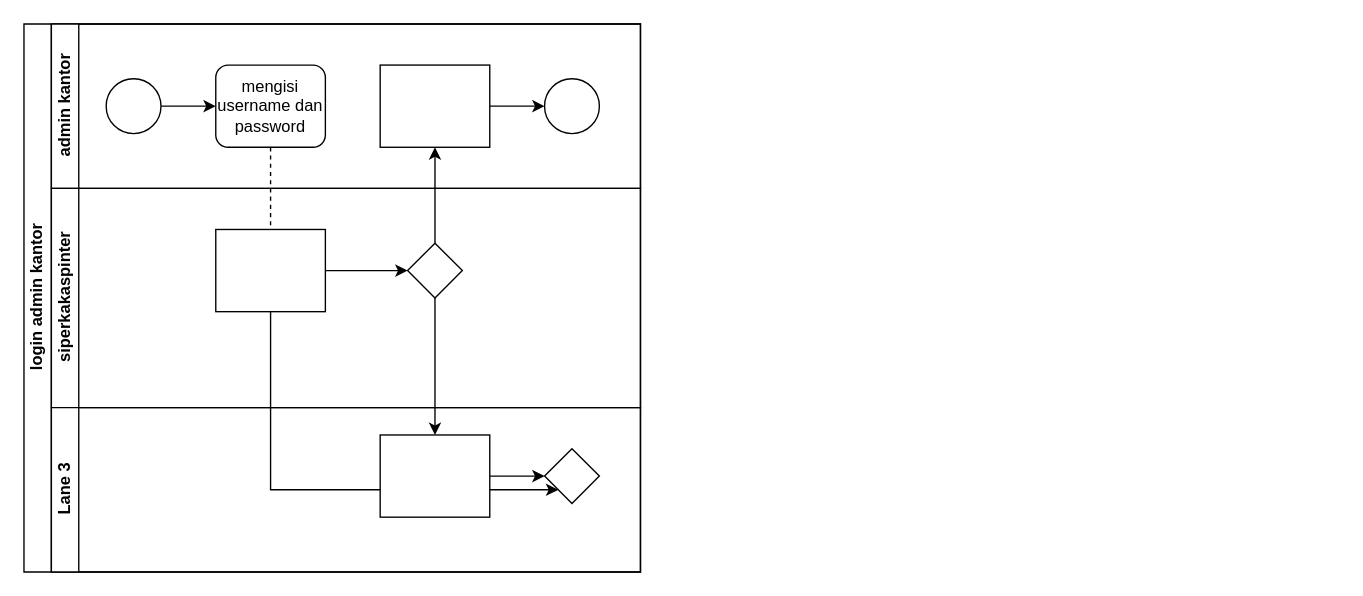
Earlier version of the draw.io diagram b.1. business process.drawio (eenattayani/desain). Source tidied: cells renumbered, new cells numbered last; positions are measured from the earlier drawing's top-left corner, leaving out a move shared by most shapes. Both pictures are drawn from the tidied source at 137%, with x=0, y=0 at pixel (23, 23).
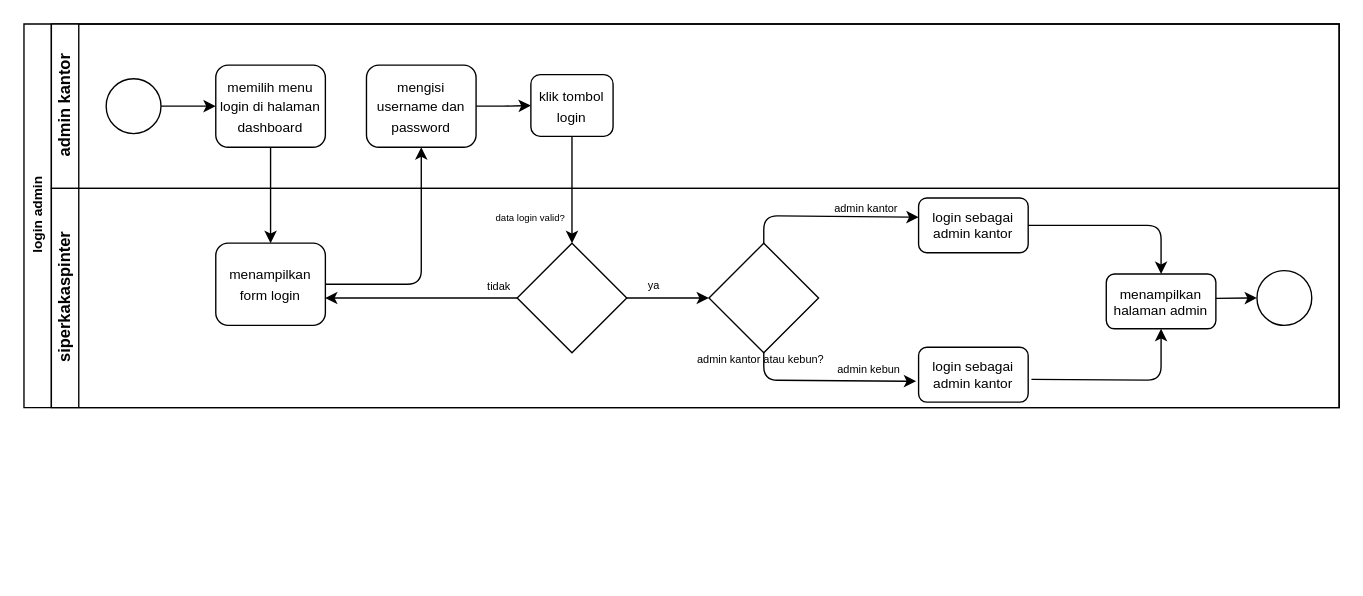
Above is the later version.

Change to the diagram source:
```diff
@@
-    <mxCell id="2" value="login admin kantor" style="swimlane;html=1;horizontal=0;startSize=20;" parent="1" vertex="1">
-      <mxGeometry width="450" height="400" as="geometry" />
+    <mxCell id="2" value="login admin" style="swimlane;html=1;horizontal=0;startSize=20;fontSize=10;" parent="1" vertex="1">
+      <mxGeometry width="960" height="280" as="geometry" />
     </mxCell>
-    <mxCell id="3" style="edgeStyle=orthogonalEdgeStyle;rounded=0;jettySize=auto;html=1;dashed=1;endArrow=none;endFill=0;" parent="2" edge="1" source="10" target="16">
+    <mxCell id="3" style="edgeStyle=orthogonalEdgeStyle;rounded=0;jettySize=auto;html=1;endArrow=classic;endFill=1;" parent="2" edge="1" source="10" target="16">
       <mxGeometry relative="1" as="geometry" />
     </mxCell>
-    <mxCell id="4" style="edgeStyle=orthogonalEdgeStyle;rounded=0;jettySize=auto;html=1;endArrow=classic;endFill=1;" parent="2" edge="1" source="17" target="12">
-      <mxGeometry relative="1" as="geometry" />
-    </mxCell>
-    <mxCell id="5" style="edgeStyle=orthogonalEdgeStyle;rounded=0;jettySize=auto;html=1;endArrow=classic;endFill=1;" parent="2" edge="1" source="17" target="20">
-      <mxGeometry relative="1" as="geometry" />
-    </mxCell>
-    <mxCell id="6" style="edgeStyle=orthogonalEdgeStyle;rounded=0;jettySize=auto;html=1;endArrow=classic;endFill=1;" parent="2" edge="1" source="16" target="21">
-      <mxGeometry relative="1" as="geometry">
-        <Array as="points">
-          <mxPoint x="180" y="340" />
-          <mxPoint x="400" y="340" />
-        </Array>
-      </mxGeometry>
-    </mxCell>
     <mxCell id="7" value="admin kantor" style="swimlane;html=1;startSize=20;horizontal=0;" parent="2" vertex="1">
-      <mxGeometry x="20" width="430" height="120" as="geometry" />
+      <mxGeometry x="20" width="940" height="120" as="geometry" />
     </mxCell>
@@
-    <mxCell id="10" value="mengisi username dan password" style="rounded=1;whiteSpace=wrap;html=1;fontFamily=Helvetica;fontSize=12;fontColor=#000000;align=center;" parent="7" vertex="1">
+    <mxCell id="10" value="&lt;font style=&quot;font-size: 10px;&quot;&gt;memilih menu login di halaman dashboard&lt;/font&gt;" style="rounded=1;whiteSpace=wrap;html=1;fontFamily=Helvetica;fontSize=12;fontColor=#000000;align=center;" parent="7" vertex="1">
       <mxGeometry x="120" y="30" width="80" height="60" as="geometry" />
     </mxCell>
-    <mxCell id="11" style="edgeStyle=orthogonalEdgeStyle;rounded=0;jettySize=auto;html=1;endArrow=classic;endFill=1;" parent="7" edge="1" source="12" target="13">
-      <mxGeometry relative="1" as="geometry" />
-    </mxCell>
-    <mxCell id="12" style="rounded=0;whiteSpace=wrap;html=1;fontFamily=Helvetica;fontSize=12;fontColor=#000000;align=center;" parent="7" vertex="1">
-      <mxGeometry x="240" y="30" width="80" height="60" as="geometry" />
-    </mxCell>
+    <mxCell id="22" style="edgeStyle=orthogonalEdgeStyle;rounded=0;jettySize=auto;html=1;" parent="7" edge="1" source="23" target="24">
+      <mxGeometry relative="1" as="geometry" />
+    </mxCell>
+    <mxCell id="23" value="&lt;font style=&quot;font-size: 10px;&quot;&gt;mengisi username dan password&lt;/font&gt;" style="rounded=1;whiteSpace=wrap;html=1;fontColor=#000000;" parent="7" vertex="1">
+      <mxGeometry x="230" y="30" width="80" height="60" as="geometry" />
+    </mxCell>
+    <mxCell id="24" value="&lt;font style=&quot;font-size: 10px;&quot;&gt;klik tombol login&lt;/font&gt;" style="whiteSpace=wrap;html=1;fontColor=#000000;rounded=1;" parent="7" vertex="1">
+      <mxGeometry x="350" y="37" width="60" height="45" as="geometry" />
+    </mxCell>
+    <mxCell id="14" value="siperkakaspinter" style="swimlane;html=1;startSize=20;horizontal=0;" parent="2" vertex="1">
+      <mxGeometry x="20" y="120" width="940" height="160" as="geometry" />
+    </mxCell>
+    <mxCell id="16" value="&lt;font style=&quot;font-size: 10px;&quot;&gt;menampilkan form login&lt;/font&gt;" style="rounded=1;whiteSpace=wrap;html=1;fontFamily=Helvetica;fontSize=12;fontColor=#000000;align=center;" parent="14" vertex="1">
+      <mxGeometry x="120" y="40" width="80" height="60" as="geometry" />
+    </mxCell>
+    <mxCell id="25" style="edgeStyle=orthogonalEdgeStyle;rounded=0;jettySize=auto;html=1;entryX=0.997;entryY=0.667;entryDx=0;entryDy=0;entryPerimeter=0;" parent="14" edge="1" source="27" target="16">
+      <mxGeometry relative="1" as="geometry" />
+    </mxCell>
+    <mxCell id="26" style="edgeStyle=orthogonalEdgeStyle;rounded=0;jettySize=auto;html=1;" parent="14" edge="1" source="27" target="32">
+      <mxGeometry relative="1" as="geometry" />
+    </mxCell>
+    <mxCell id="27" style="rhombus;whiteSpace=wrap;html=1;fontColor=#000000;rounded=0;" parent="14" vertex="1">
+      <mxGeometry x="340" y="40" width="80" height="80" as="geometry" />
+    </mxCell>
+    <mxCell id="28" value="&lt;font style=&quot;font-size: 7px;&quot;&gt;data login valid?&lt;/font&gt;" style="text;html=1;align=center;verticalAlign=middle;whiteSpace=wrap;rounded=0;" parent="14" vertex="1">
+      <mxGeometry x="320" y="10" width="60" height="20" as="geometry" />
+    </mxCell>
+    <mxCell id="29" value="&lt;font style=&quot;font-size: 8px;&quot;&gt;tidak&lt;/font&gt;" style="text;html=1;align=center;verticalAlign=middle;whiteSpace=wrap;rounded=0;" parent="14" vertex="1">
+      <mxGeometry x="307" y="63" width="40" height="15" as="geometry" />
+    </mxCell>
+    <mxCell id="30" value="&lt;font style=&quot;font-size: 8px;&quot;&gt;ya&lt;/font&gt;" style="text;html=1;align=center;verticalAlign=middle;whiteSpace=wrap;rounded=0;" parent="14" vertex="1">
+      <mxGeometry x="420" y="62.5" width="40" height="15" as="geometry" />
+    </mxCell>
+    <mxCell id="31" value="menampilkan halaman admin" style="whiteSpace=wrap;html=1;fontColor=#000000;rounded=1;fontSize=10;" parent="14" vertex="1">
+      <mxGeometry x="770" y="62.5" width="80" height="40" as="geometry" />
+    </mxCell>
+    <mxCell id="32" style="rhombus;whiteSpace=wrap;html=1;fontColor=#000000;rounded=0;" parent="14" vertex="1">
+      <mxGeometry x="480" y="40" width="80" height="80" as="geometry" />
+    </mxCell>
+    <mxCell id="33" style="endArrow=classic;html=1;rounded=1;exitX=0.5;exitY=1;exitDx=0;exitDy=0;entryX=-0.022;entryY=0.62;entryDx=0;entryDy=0;entryPerimeter=0;curved=0;" parent="14" edge="1" source="32" target="38">
+      <mxGeometry relative="1" as="geometry">
+        <Array as="points">
+          <mxPoint x="520" y="140" />
+        </Array>
+      </mxGeometry>
+    </mxCell>
+    <mxCell id="34" value="&lt;font style=&quot;font-size: 8px;&quot;&gt;admin kantor atau kebun?&lt;/font&gt;" style="text;html=1;align=center;verticalAlign=middle;whiteSpace=wrap;rounded=0;fontSize=8;" parent="14" vertex="1">
+      <mxGeometry x="463" y="110" width="110" height="30" as="geometry" />
+    </mxCell>
-    <mxCell id="13" style="ellipse;whiteSpace=wrap;html=1;" parent="7" vertex="1">
-      <mxGeometry x="360" y="40" width="40" height="40" as="geometry" />
+    <mxCell id="13" style="ellipse;whiteSpace=wrap;html=1;" parent="14" vertex="1">
+      <mxGeometry x="880" y="60" width="40" height="40" as="geometry" />
     </mxCell>
-    <mxCell id="14" value="siperkakaspinter" style="swimlane;html=1;startSize=20;horizontal=0;" parent="2" vertex="1">
-      <mxGeometry x="20" y="120" width="430" height="160" as="geometry" />
-    </mxCell>
-    <mxCell id="15" style="edgeStyle=orthogonalEdgeStyle;rounded=0;jettySize=auto;html=1;endArrow=classic;endFill=1;" parent="14" edge="1" source="16" target="17">
-      <mxGeometry relative="1" as="geometry" />
-    </mxCell>
-    <mxCell id="16" style="rounded=0;whiteSpace=wrap;html=1;fontFamily=Helvetica;fontSize=12;fontColor=#000000;align=center;" parent="14" vertex="1">
-      <mxGeometry x="120" y="30" width="80" height="60" as="geometry" />
-    </mxCell>
-    <mxCell id="17" style="rhombus;whiteSpace=wrap;html=1;fontFamily=Helvetica;fontSize=12;fontColor=#000000;align=center;" parent="14" vertex="1">
-      <mxGeometry x="260" y="40" width="40" height="40" as="geometry" />
-    </mxCell>
-    <mxCell id="18" value="Lane 3" style="swimlane;html=1;startSize=20;horizontal=0;" parent="2" vertex="1">
-      <mxGeometry x="20" y="280" width="430" height="120" as="geometry" />
-    </mxCell>
-    <mxCell id="19" style="edgeStyle=orthogonalEdgeStyle;rounded=0;jettySize=auto;html=1;endArrow=classic;endFill=1;" parent="18" edge="1" source="20" target="21">
-      <mxGeometry relative="1" as="geometry" />
-    </mxCell>
-    <mxCell id="20" style="rounded=0;whiteSpace=wrap;html=1;fontFamily=Helvetica;fontSize=12;fontColor=#000000;align=center;" parent="18" vertex="1">
-      <mxGeometry x="240" y="20" width="80" height="60" as="geometry" />
-    </mxCell>
-    <mxCell id="21" style="rhombus;whiteSpace=wrap;html=1;fontFamily=Helvetica;fontSize=12;fontColor=#000000;align=center;" parent="18" vertex="1">
-      <mxGeometry x="360" y="30" width="40" height="40" as="geometry" />
-    </mxCell>
+    <mxCell id="35" style="endArrow=classic;html=1;rounded=0;entryX=0;entryY=0.5;entryDx=0;entryDy=0;exitX=0.999;exitY=0.445;exitDx=0;exitDy=0;exitPerimeter=0;" parent="14" edge="1" source="31" target="13">
+      <mxGeometry relative="1" as="geometry" />
+    </mxCell>
+    <mxCell id="36" value="&lt;font style=&quot;font-size: 8px;&quot;&gt;admin kantor&lt;/font&gt;" style="text;html=1;align=center;verticalAlign=middle;whiteSpace=wrap;rounded=0;fontSize=8;" parent="14" vertex="1">
+      <mxGeometry x="565" y="7" width="60" height="15" as="geometry" />
+    </mxCell>
+    <mxCell id="37" value="login sebagai admin kantor" style="whiteSpace=wrap;html=1;fontColor=#000000;rounded=1;fontSize=10;" parent="14" vertex="1">
+      <mxGeometry x="633" y="7" width="80" height="40" as="geometry" />
+    </mxCell>
+    <mxCell id="38" value="login sebagai admin kantor" style="whiteSpace=wrap;html=1;fontColor=#000000;rounded=1;fontSize=10;" parent="14" vertex="1">
+      <mxGeometry x="633" y="116" width="80" height="40" as="geometry" />
+    </mxCell>
+    <mxCell id="39" style="endArrow=classic;html=1;rounded=1;exitX=0.5;exitY=0;exitDx=0;exitDy=0;curved=0;entryX=0.001;entryY=0.352;entryDx=0;entryDy=0;entryPerimeter=0;" parent="14" edge="1" source="32" target="37">
+      <mxGeometry relative="1" as="geometry">
+        <Array as="points">
+          <mxPoint x="520" y="20" />
+        </Array>
+      </mxGeometry>
+    </mxCell>
+    <mxCell id="40" value="&lt;font style=&quot;font-size: 8px;&quot;&gt;admin kebun&lt;/font&gt;" style="text;html=1;align=center;verticalAlign=middle;whiteSpace=wrap;rounded=0;fontSize=8;" parent="14" vertex="1">
+      <mxGeometry x="567" y="124.5" width="60" height="15" as="geometry" />
+    </mxCell>
+    <mxCell id="41" style="endArrow=classic;html=1;rounded=1;entryX=0.5;entryY=0;entryDx=0;entryDy=0;exitX=1;exitY=0.5;exitDx=0;exitDy=0;curved=0;" parent="14" edge="1" source="37" target="31">
+      <mxGeometry relative="1" as="geometry">
+        <Array as="points">
+          <mxPoint x="810" y="27" />
+        </Array>
+      </mxGeometry>
+    </mxCell>
+    <mxCell id="42" style="endArrow=classic;html=1;rounded=1;entryX=0.5;entryY=1;entryDx=0;entryDy=0;exitX=1.03;exitY=0.586;exitDx=0;exitDy=0;exitPerimeter=0;curved=0;" parent="14" edge="1" source="38" target="31">
+      <mxGeometry relative="1" as="geometry">
+        <Array as="points">
+          <mxPoint x="810" y="140" />
+        </Array>
+      </mxGeometry>
+    </mxCell>
+    <mxCell id="43" style="edgeStyle=orthogonalEdgeStyle;rounded=1;jettySize=auto;html=1;curved=0;" parent="2" edge="1" source="16" target="23">
+      <mxGeometry relative="1" as="geometry" />
+    </mxCell>
+    <mxCell id="44" style="edgeStyle=orthogonalEdgeStyle;rounded=0;jettySize=auto;html=1;" parent="2" edge="1" source="24" target="27">
+      <mxGeometry relative="1" as="geometry" />
+    </mxCell>
```
